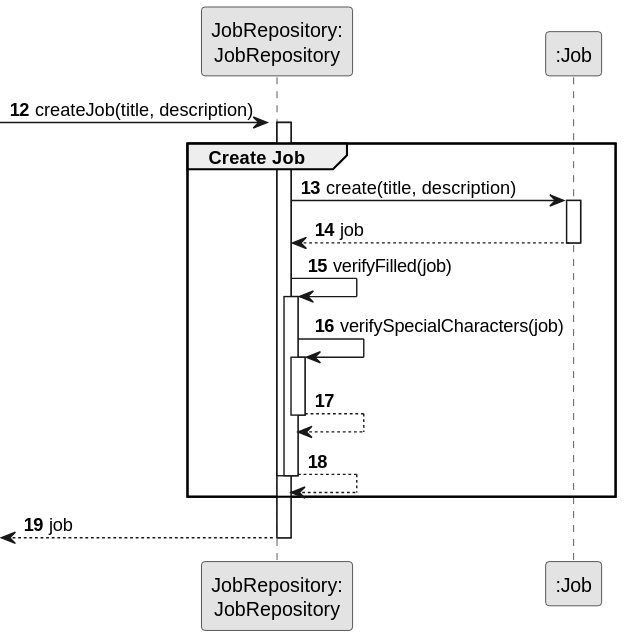
Before: docs/sprintB/us002/03.design/svg/us002-sequence-diagram-partial-create-job.svg, a diagram exported from PlantUML (ricardomm7/leaflink). Its diagram source:
```plantuml
@startuml
skinparam monochrome true
skinparam packageStyle rectangle
skinparam shadowing false

autonumber 12

participant "JobRepository:\nJobRepository" as JobRepository
participant ":Job" as Job
-> JobRepository : createJob(title, description)
activate JobRepository

group Create Job
activate JobRepository

    JobRepository -> Job : create(title, description)
        activate Job
        Job --> JobRepository : job
        deactivate Job

    JobRepository -> JobRepository : verifyFilled(job)
        activate JobRepository
        JobRepository -> JobRepository : verifySpecialCharacters(job)
        activate JobRepository
        JobRepository --> JobRepository
        deactivate JobRepository
    JobRepository --> JobRepository
    deactivate JobRepository

deactivate JobRepository
end
<-- JobRepository : job
deactivate JobRepository
@enduml
```
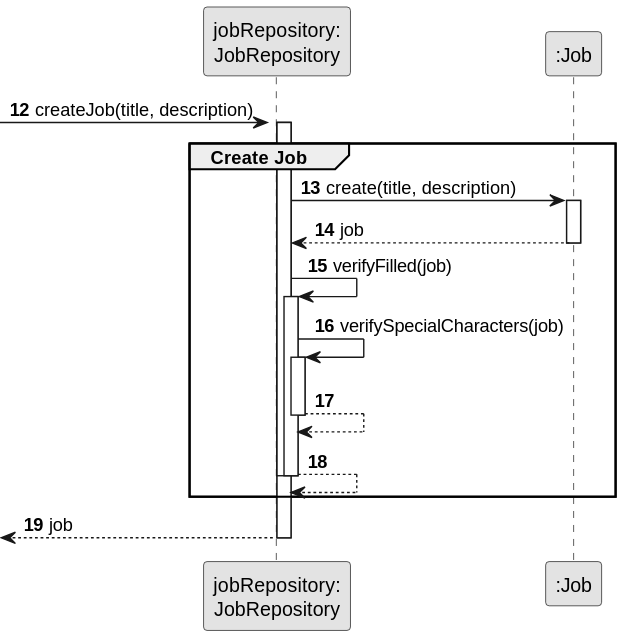
The same diagram one commit later.

The edit, as a diff of the source:
```diff
@@ -5,7 +5,7 @@
 
 autonumber 12
 
-participant "JobRepository:\nJobRepository" as JobRepository
+participant "jobRepository:\nJobRepository" as JobRepository
 participant ":Job" as Job
 -> JobRepository : createJob(title, description)
 activate JobRepository
```
